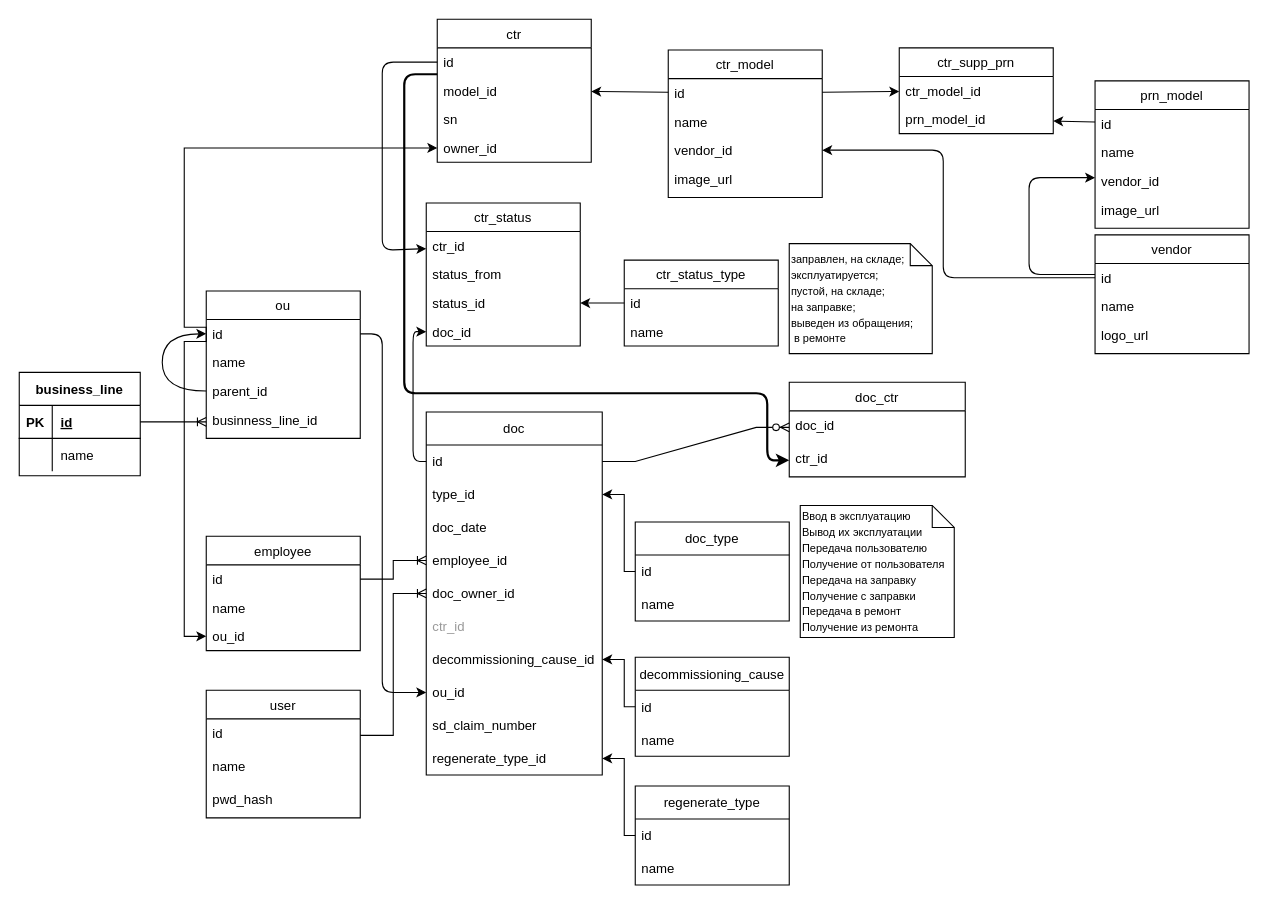
Earlier version of the draw.io diagram docs/cartridge_accounting.drawio (IgorTkachuk/caartridge_accounting). Source tidied: cells renumbered, new cells numbered last; positions are measured from the earlier drawing's top-left corner, leaving out a move shared by most shapes. Both pictures are drawn from the tidied source at 110%, with x=0, y=0 at pixel (19, 19).
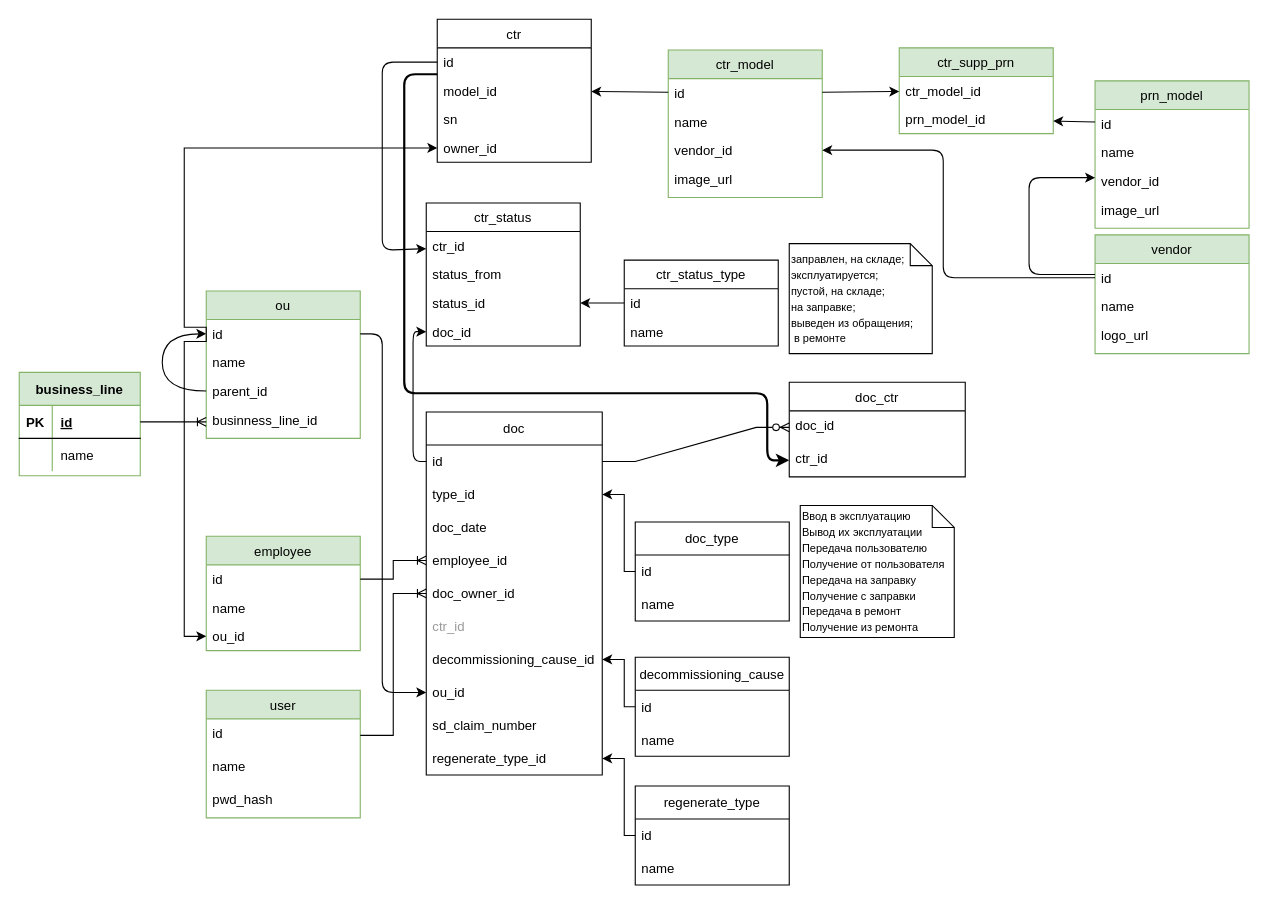
Above is the later version.

Diff of the diagram source:
```diff
@@
-    <mxCell id="7" value="prn_model" style="swimlane;fontStyle=0;horizontal=1;startSize=26;" parent="1" vertex="1">
+    <mxCell id="7" value="prn_model" style="swimlane;fontStyle=0;horizontal=1;startSize=26;fillColor=#d5e8d4;strokeColor=#82b366;" parent="1" vertex="1">
       <mxGeometry x="978" y="56" width="140" height="134" as="geometry" />
     </mxCell>
@@
-    <mxCell id="12" value="ctr_model" style="swimlane;fontStyle=0;horizontal=1;startSize=26;" parent="1" vertex="1">
+    <mxCell id="12" value="ctr_model" style="swimlane;fontStyle=0;horizontal=1;startSize=26;fillColor=#d5e8d4;strokeColor=#82b366;" parent="1" vertex="1">
       <mxGeometry x="590" y="28" width="140" height="134" as="geometry" />
     </mxCell>
@@
-    <mxCell id="17" value="ctr_supp_prn" style="swimlane;fontStyle=0;horizontal=1;startSize=26;" parent="1" vertex="1">
+    <mxCell id="17" value="ctr_supp_prn" style="swimlane;fontStyle=0;horizontal=1;startSize=26;fillColor=#d5e8d4;strokeColor=#82b366;" parent="1" vertex="1">
       <mxGeometry x="800" y="26" width="140" height="78" as="geometry" />
     </mxCell>
@@
-    <mxCell id="20" value="vendor" style="swimlane;fontStyle=0;horizontal=1;startSize=26;" parent="1" vertex="1">
+    <mxCell id="20" value="vendor" style="swimlane;fontStyle=0;horizontal=1;startSize=26;fillColor=#d5e8d4;strokeColor=#82b366;" parent="1" vertex="1">
       <mxGeometry x="978" y="196" width="140" height="108" as="geometry" />
     </mxCell>
@@
-    <mxCell id="37" value="ou" style="swimlane;fontStyle=0;horizontal=1;startSize=26;" parent="1" vertex="1">
+    <mxCell id="37" value="ou" style="swimlane;fontStyle=0;horizontal=1;startSize=26;fillColor=#d5e8d4;strokeColor=#82b366;" parent="1" vertex="1">
       <mxGeometry x="170" y="247" width="140" height="134" as="geometry" />
     </mxCell>
@@
-    <mxCell id="44" value="employee" style="swimlane;fontStyle=0;horizontal=1;startSize=26;" parent="1" vertex="1">
+    <mxCell id="44" value="employee" style="swimlane;fontStyle=0;horizontal=1;startSize=26;fillColor=#d5e8d4;strokeColor=#82b366;" parent="1" vertex="1">
       <mxGeometry x="170" y="470" width="140" height="104" as="geometry" />
     </mxCell>
@@
-    <mxCell id="83" value="user" style="swimlane;fontStyle=0;horizontal=1;startSize=26;align=center;fontSize=12;fontColor=#000000;" parent="1" vertex="1">
+    <mxCell id="83" value="user" style="swimlane;fontStyle=0;horizontal=1;startSize=26;align=center;fontSize=12;fillColor=#d5e8d4;strokeColor=#82b366;" parent="1" vertex="1">
       <mxGeometry x="170" y="610" width="140" height="116" as="geometry" />
     </mxCell>
@@
-    <mxCell id="88" value="business_line" style="shape=table;startSize=30;childLayout=tableLayout;rowLines=0;fontStyle=1;align=center;" parent="1" vertex="1">
+    <mxCell id="88" value="business_line" style="shape=table;startSize=30;childLayout=tableLayout;rowLines=0;fontStyle=1;align=center;fillColor=#d5e8d4;strokeColor=#82b366;" parent="1" vertex="1">
       <mxGeometry y="321" width="110" height="94" as="geometry" />
     </mxCell>
```
